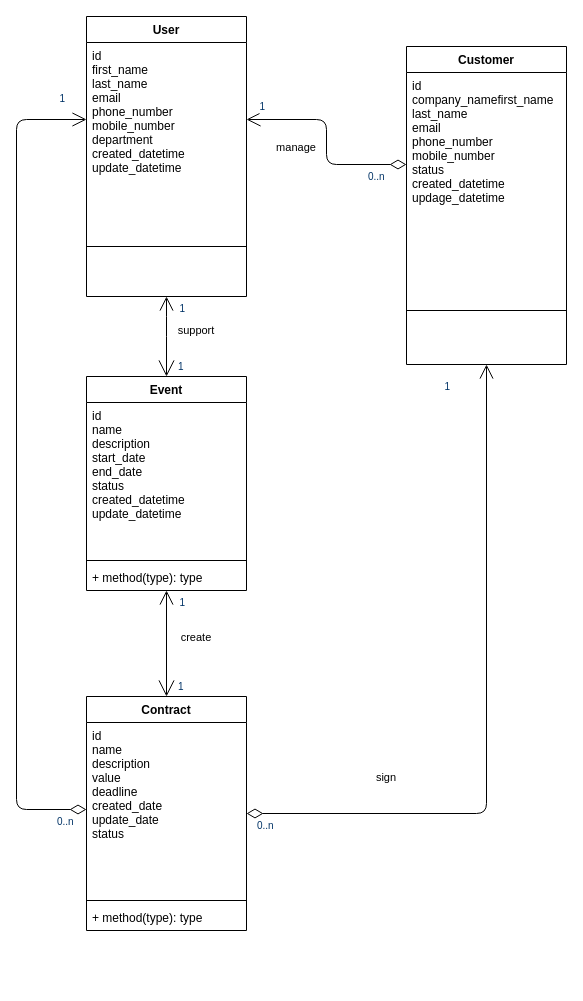
Above: uml.drawio in seah78/P12 (draw.io), before the change. Source tidied: cells renumbered, new cells numbered last; positions are measured from the earlier drawing's top-left corner, leaving out a move shared by most shapes. Both pictures are drawn from the tidied source at 100%, with x=0, y=0 at pixel (16, 16).
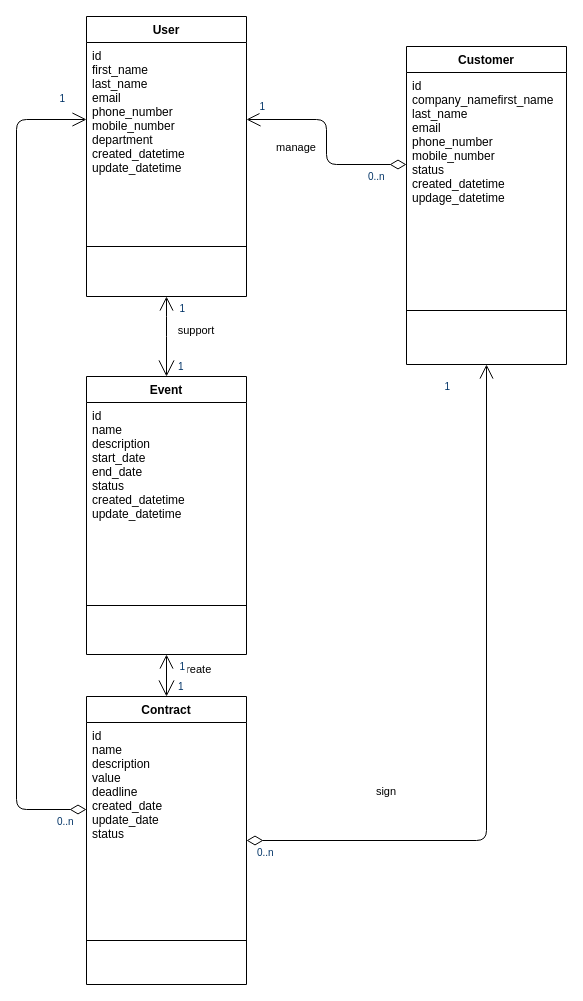
The same page after the edit.

Change to the diagram source:
```diff
@@
     <mxCell id="20" value="Contract" style="swimlane;fontStyle=1;align=center;verticalAlign=top;horizontal=1;startSize=26;" parent="1" vertex="1">
-      <mxGeometry x="70" y="680" width="160" height="234" as="geometry" />
+      <mxGeometry x="70" y="680" width="160" height="288" as="geometry" />
     </mxCell>
@@
     <mxCell id="22" style="line;strokeWidth=1;fillColor=none;align=left;verticalAlign=middle;spacingTop=-1;spacingLeft=3;spacingRight=3;labelPosition=right;" parent="20" vertex="1">
-      <mxGeometry y="200" width="160" height="8" as="geometry" />
+      <mxGeometry y="200" width="160" height="88" as="geometry" />
     </mxCell>
-    <mxCell id="23" value="+ method(type): type" style="text;strokeColor=none;fillColor=none;align=left;verticalAlign=top;spacingLeft=4;spacingRight=4;overflow=hidden;" parent="20" vertex="1">
-      <mxGeometry y="208" width="160" height="26" as="geometry" />
-    </mxCell>
     <mxCell id="24" value="Event" style="swimlane;fontStyle=1;align=center;verticalAlign=top;horizontal=1;startSize=26;" parent="1" vertex="1">
-      <mxGeometry x="70" y="360" width="160" height="214" as="geometry" />
+      <mxGeometry x="70" y="360" width="160" height="278" as="geometry" />
     </mxCell>
@@
     <mxCell id="26" style="line;strokeWidth=1;fillColor=none;align=left;verticalAlign=middle;spacingTop=-1;spacingLeft=3;spacingRight=3;labelPosition=right;" parent="24" vertex="1">
-      <mxGeometry y="180" width="160" height="8" as="geometry" />
+      <mxGeometry y="180" width="160" height="98" as="geometry" />
     </mxCell>
-    <mxCell id="27" value="+ method(type): type" style="text;strokeColor=none;fillColor=none;align=left;verticalAlign=top;spacingLeft=4;spacingRight=4;overflow=hidden;" parent="24" vertex="1">
-      <mxGeometry y="188" width="160" height="26" as="geometry" />
-    </mxCell>
```
